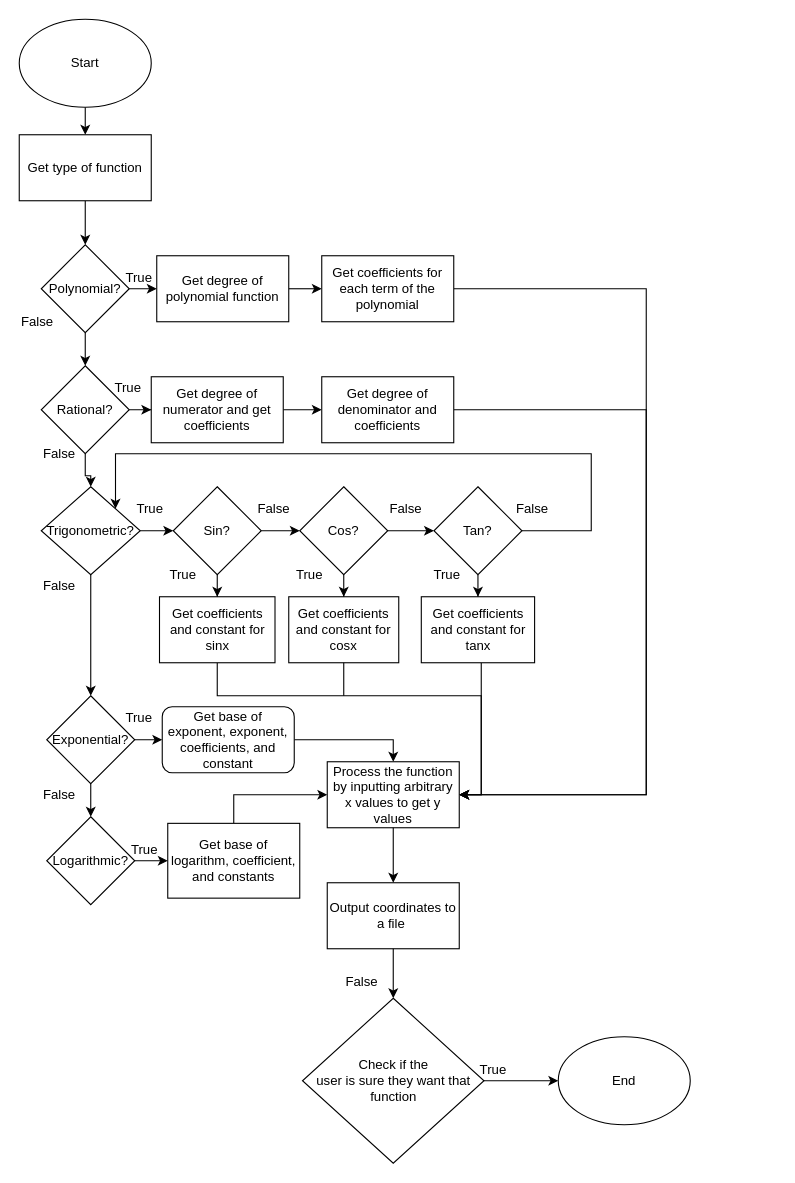
Above: SoftwareDesign.drawio in AveryChiu64/GraphingRobot (draw.io), before the change. Source tidied: cells renumbered, new cells numbered last; positions are measured from the earlier drawing's top-left corner, leaving out a move shared by most shapes. Both pictures are drawn from the tidied source at 110%, with x=0, y=0 at pixel (19, 19).
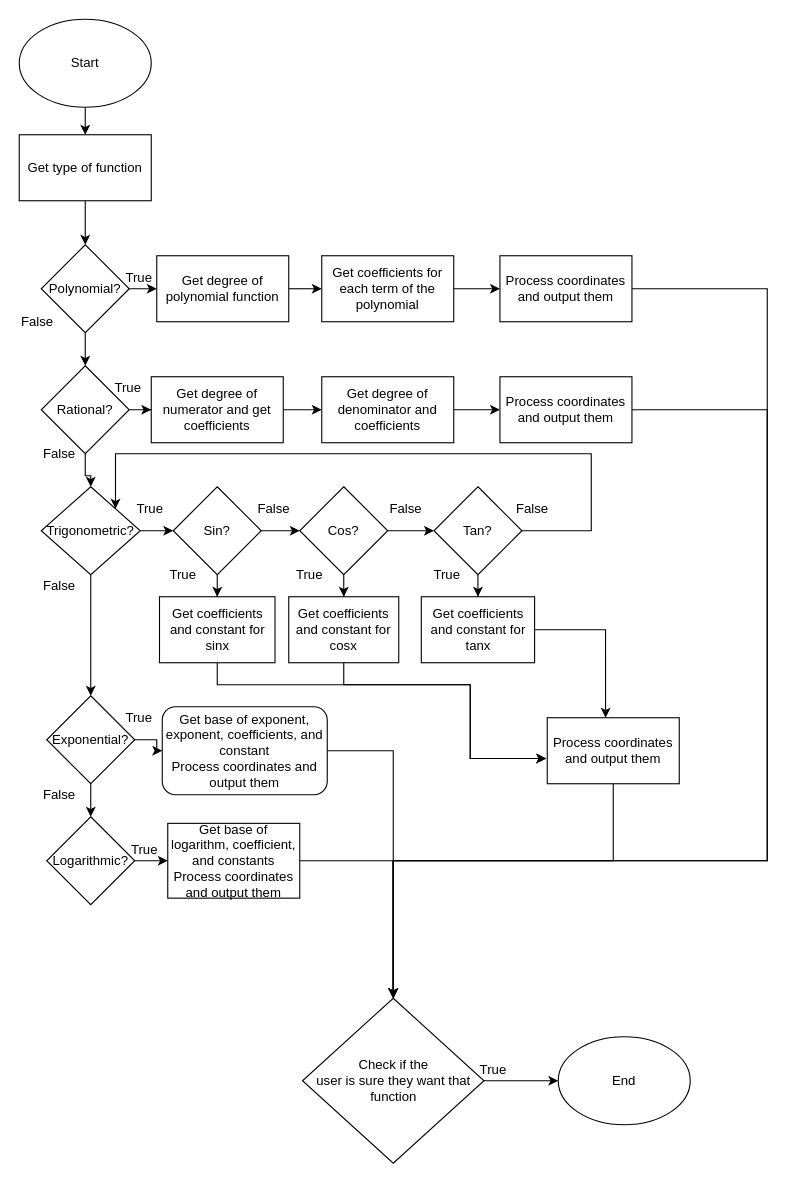
The same page after the edit.

Unchanged cells that the change refers to:
```xml
<mxCell id="7" value="Get coefficients for each term of the polynomial" style="rounded=0;whiteSpace=wrap;html=1;" parent="1" vertex="1">
  <mxGeometry x="275" y="215" width="120" height="60" as="geometry" />
</mxCell>
<mxCell id="11" value="Get degree of denominator and coefficients" style="rounded=0;whiteSpace=wrap;html=1;" parent="1" vertex="1">
  <mxGeometry x="275" y="325" width="120" height="60" as="geometry" />
</mxCell>
<mxCell id="13" value="Get coefficients and constant for sinx" style="rounded=0;whiteSpace=wrap;html=1;" parent="1" vertex="1">
  <mxGeometry x="127.5" y="525" width="105" height="60" as="geometry" />
</mxCell>
<mxCell id="14" value="Get coefficients and constant for cosx" style="rounded=0;whiteSpace=wrap;html=1;" parent="1" vertex="1">
  <mxGeometry x="245" y="525" width="100" height="60" as="geometry" />
</mxCell>
<mxCell id="16" value="&lt;span style=&quot;white-space: normal&quot;&gt;Get coefficients and constant for tanx&lt;/span&gt;" style="rounded=0;whiteSpace=wrap;html=1;" parent="1" vertex="1">
  <mxGeometry x="365.5" y="525" width="103" height="60" as="geometry" />
</mxCell>
<mxCell id="26" value="Check if the &lt;br&gt;user is sure they want that function" style="rhombus;whiteSpace=wrap;html=1;" parent="1" vertex="1">
  <mxGeometry x="257.5" y="890" width="165" height="150" as="geometry" />
</mxCell>
```

The edit, as a diff of the source:
```diff
@@
-    <mxCell id="6" style="edgeStyle=orthogonalEdgeStyle;rounded=0;jettySize=auto;html=1;entryX=1;entryY=0.5;entryDx=0;entryDy=0;" parent="1" edge="1" source="7" target="21">
-      <mxGeometry relative="1" as="geometry">
-        <Array as="points">
-          <mxPoint x="570" y="245" />
-          <mxPoint x="570" y="705" />
-        </Array>
-      </mxGeometry>
-    </mxCell>
+    <mxCell id="71" style="edgeStyle=orthogonalEdgeStyle;rounded=0;jettySize=auto;html=1;entryX=0;entryY=0.5;entryDx=0;entryDy=0;" parent="1" edge="1" source="7" target="83">
+      <mxGeometry relative="1" as="geometry" />
+    </mxCell>
@@
-    <mxCell id="10" style="edgeStyle=orthogonalEdgeStyle;rounded=0;jettySize=auto;html=1;exitX=1;exitY=0.5;exitDx=0;exitDy=0;entryX=1;entryY=0.5;entryDx=0;entryDy=0;" parent="1" edge="1" source="11" target="21">
-      <mxGeometry relative="1" as="geometry">
-        <Array as="points">
-          <mxPoint x="570" y="355" />
-          <mxPoint x="570" y="705" />
-        </Array>
-      </mxGeometry>
-    </mxCell>
+    <mxCell id="72" style="edgeStyle=orthogonalEdgeStyle;rounded=0;jettySize=auto;html=1;entryX=0;entryY=0.5;entryDx=0;entryDy=0;" parent="1" edge="1" source="11" target="81">
+      <mxGeometry relative="1" as="geometry" />
+    </mxCell>
@@
-    <mxCell id="12" style="edgeStyle=orthogonalEdgeStyle;rounded=0;jettySize=auto;html=1;entryX=1;entryY=0.5;entryDx=0;entryDy=0;exitX=0.5;exitY=1;exitDx=0;exitDy=0;" parent="1" edge="1" source="13" target="21">
-      <mxGeometry relative="1" as="geometry">
-        <Array as="points">
-          <mxPoint x="180" y="615" />
-          <mxPoint x="420" y="615" />
-          <mxPoint x="420" y="705" />
-        </Array>
-      </mxGeometry>
-    </mxCell>
+    <mxCell id="73" style="edgeStyle=orthogonalEdgeStyle;rounded=0;jettySize=auto;html=1;entryX=-0.008;entryY=0.617;entryDx=0;entryDy=0;entryPerimeter=0;" parent="1" edge="1" source="13" target="79">
+      <mxGeometry relative="1" as="geometry">
+        <Array as="points">
+          <mxPoint x="180" y="605" />
+          <mxPoint x="410" y="605" />
+          <mxPoint x="410" y="672" />
+        </Array>
+      </mxGeometry>
+    </mxCell>
@@
+    <mxCell id="74" style="edgeStyle=orthogonalEdgeStyle;rounded=0;jettySize=auto;html=1;entryX=-0.008;entryY=0.617;entryDx=0;entryDy=0;entryPerimeter=0;" parent="1" edge="1" source="14" target="79">
+      <mxGeometry relative="1" as="geometry">
+        <Array as="points">
+          <mxPoint x="295" y="605" />
+          <mxPoint x="410" y="605" />
+          <mxPoint x="410" y="672" />
+        </Array>
+      </mxGeometry>
+    </mxCell>
@@
-    <mxCell id="15" style="edgeStyle=orthogonalEdgeStyle;rounded=0;jettySize=auto;html=1;entryX=1;entryY=0.5;entryDx=0;entryDy=0;" parent="1" edge="1" source="16" target="21">
-      <mxGeometry relative="1" as="geometry">
-        <Array as="points">
-          <mxPoint x="420" y="705" />
-        </Array>
-      </mxGeometry>
-    </mxCell>
+    <mxCell id="75" style="edgeStyle=orthogonalEdgeStyle;rounded=0;jettySize=auto;html=1;entryX=0.442;entryY=0;entryDx=0;entryDy=0;entryPerimeter=0;" parent="1" edge="1" source="16" target="79">
+      <mxGeometry relative="1" as="geometry">
+        <Array as="points">
+          <mxPoint x="533" y="555" />
+        </Array>
+      </mxGeometry>
+    </mxCell>
@@
-    <mxCell id="17" style="edgeStyle=orthogonalEdgeStyle;rounded=0;jettySize=auto;html=1;entryX=0;entryY=0.5;entryDx=0;entryDy=0;" parent="1" edge="1" source="18" target="21">
-      <mxGeometry relative="1" as="geometry">
-        <Array as="points">
-          <mxPoint x="195" y="705" />
-        </Array>
-      </mxGeometry>
-    </mxCell>
+    <mxCell id="76" style="edgeStyle=orthogonalEdgeStyle;rounded=0;jettySize=auto;html=1;entryX=0.5;entryY=0;entryDx=0;entryDy=0;" parent="1" edge="1" source="18" target="26">
+      <mxGeometry relative="1" as="geometry" />
+    </mxCell>
-    <mxCell id="18" value="Get base of logarithm, coefficient, and constants" style="rounded=0;whiteSpace=wrap;html=1;" parent="1" vertex="1">
+    <mxCell id="18" value="Get base of logarithm, coefficient, and constants&lt;br&gt;Process coordinates and output them" style="rounded=0;whiteSpace=wrap;html=1;" parent="1" vertex="1">
       <mxGeometry x="135" y="731" width="120" height="68" as="geometry" />
     </mxCell>
-    <mxCell id="19" style="edgeStyle=orthogonalEdgeStyle;rounded=0;jettySize=auto;html=1;entryX=0.5;entryY=0;entryDx=0;entryDy=0;" parent="1" edge="1" source="20" target="21">
-      <mxGeometry relative="1" as="geometry" />
-    </mxCell>
+    <mxCell id="77" style="edgeStyle=orthogonalEdgeStyle;rounded=0;jettySize=auto;html=1;entryX=0.5;entryY=0;entryDx=0;entryDy=0;" parent="1" edge="1" source="20" target="26">
+      <mxGeometry relative="1" as="geometry">
+        <Array as="points">
+          <mxPoint x="340" y="665" />
+        </Array>
+      </mxGeometry>
+    </mxCell>
-    <mxCell id="20" value="Get base of exponent, exponent, coefficients, and constant" style="rounded=1;whiteSpace=wrap;html=1;" parent="1" vertex="1">
-      <mxGeometry x="130" y="625" width="120" height="60" as="geometry" />
+    <mxCell id="20" value="Get base of exponent, exponent, coefficients, and constant&lt;br&gt;Process coordinates and output them" style="rounded=1;whiteSpace=wrap;html=1;" parent="1" vertex="1">
+      <mxGeometry x="130" y="625" width="150" height="80" as="geometry" />
     </mxCell>
-    <mxCell id="21" value="Process the function by inputting arbitrary x values to get y values" style="rounded=0;whiteSpace=wrap;html=1;" parent="1" vertex="1">
-      <mxGeometry x="280" y="675" width="120" height="60" as="geometry" />
-    </mxCell>
-    <mxCell id="22" value="Output coordinates to a file&amp;nbsp;" style="rounded=0;whiteSpace=wrap;html=1;" parent="1" vertex="1">
-      <mxGeometry x="280" y="785" width="120" height="60" as="geometry" />
-    </mxCell>
-    <mxCell id="23" style="endArrow=classic;html=1;entryX=0.5;entryY=0;entryDx=0;entryDy=0;exitX=0.5;exitY=1;exitDx=0;exitDy=0;" parent="1" edge="1" source="21" target="22">
-      <mxGeometry relative="1" as="geometry" />
-    </mxCell>
-    <mxCell id="24" style="endArrow=classic;html=1;entryX=0.5;entryY=0;entryDx=0;entryDy=0;" parent="1" edge="1" source="22" target="26">
-      <mxGeometry relative="1" as="geometry" />
-    </mxCell>
@@
-    <mxCell id="29" value="False" style="text;html=1;align=left;verticalAlign=top;spacingTop=-4;" parent="1" vertex="1">
-      <mxGeometry x="295" y="865" width="40" height="20" as="geometry" />
-    </mxCell>
@@
-    <mxCell id="70" style="endArrow=none;html=1;entryX=0.5;entryY=1;entryDx=0;entryDy=0;" parent="1" edge="1" target="14">
-      <mxGeometry relative="1" as="geometry">
-        <mxPoint x="295" y="615" as="sourcePoint" />
-      </mxGeometry>
-    </mxCell>
+    <mxCell id="78" style="edgeStyle=orthogonalEdgeStyle;rounded=0;jettySize=auto;html=1;entryX=0.5;entryY=0;entryDx=0;entryDy=0;" parent="1" edge="1" source="79" target="26">
+      <mxGeometry relative="1" as="geometry">
+        <Array as="points">
+          <mxPoint x="540" y="765" />
+          <mxPoint x="340" y="765" />
+        </Array>
+      </mxGeometry>
+    </mxCell>
+    <mxCell id="79" value="&lt;span style=&quot;white-space: normal&quot;&gt;Process coordinates and output them&lt;/span&gt;" style="rounded=0;whiteSpace=wrap;html=1;" parent="1" vertex="1">
+      <mxGeometry x="480" y="635" width="120" height="60" as="geometry" />
+    </mxCell>
+    <mxCell id="80" style="edgeStyle=orthogonalEdgeStyle;rounded=0;jettySize=auto;html=1;entryX=0.5;entryY=0;entryDx=0;entryDy=0;" parent="1" edge="1" source="81" target="26">
+      <mxGeometry relative="1" as="geometry">
+        <Array as="points">
+          <mxPoint x="680" y="355" />
+          <mxPoint x="680" y="765" />
+          <mxPoint x="340" y="765" />
+        </Array>
+      </mxGeometry>
+    </mxCell>
+    <mxCell id="81" value="&lt;span style=&quot;white-space: normal&quot;&gt;Process coordinates and output them&lt;/span&gt;" style="rounded=0;whiteSpace=wrap;html=1;" parent="1" vertex="1">
+      <mxGeometry x="437" y="325" width="120" height="60" as="geometry" />
+    </mxCell>
+    <mxCell id="82" style="edgeStyle=orthogonalEdgeStyle;rounded=0;jettySize=auto;html=1;entryX=0.5;entryY=0;entryDx=0;entryDy=0;" parent="1" edge="1" source="83" target="26">
+      <mxGeometry relative="1" as="geometry">
+        <Array as="points">
+          <mxPoint x="680" y="245" />
+          <mxPoint x="680" y="765" />
+          <mxPoint x="340" y="765" />
+        </Array>
+      </mxGeometry>
+    </mxCell>
+    <mxCell id="83" value="&lt;span style=&quot;white-space: normal&quot;&gt;Process coordinates and output them&lt;/span&gt;" style="rounded=0;whiteSpace=wrap;html=1;" parent="1" vertex="1">
+      <mxGeometry x="437" y="215" width="120" height="60" as="geometry" />
+    </mxCell>
```
